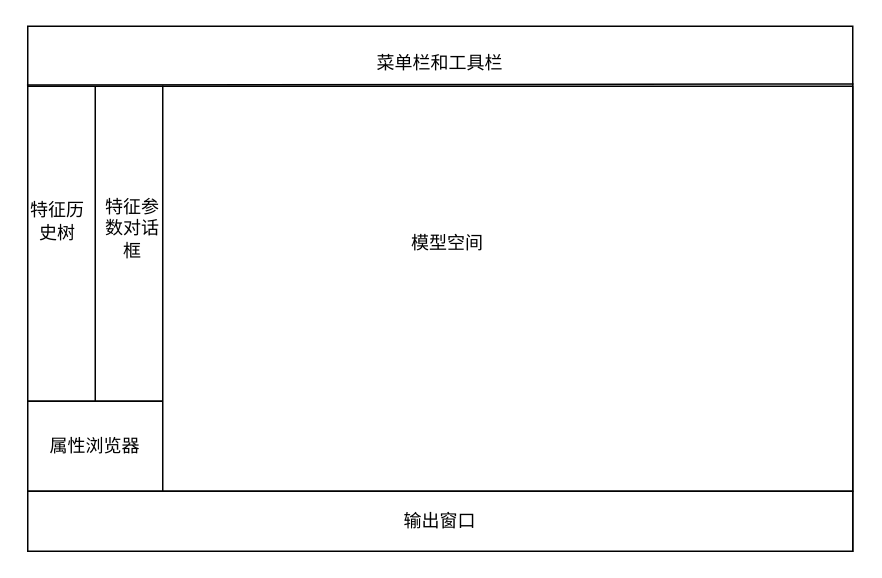
Earlier version of the draw.io diagram 系统界面设计.drawio (liuhuliuhu123/First-test). Source tidied: cells renumbered, new cells numbered last; positions are measured from the earlier drawing's top-left corner, leaving out a move shared by most shapes. Both pictures are drawn from the tidied source at 150%, with x=0, y=0 at pixel (27, 26).
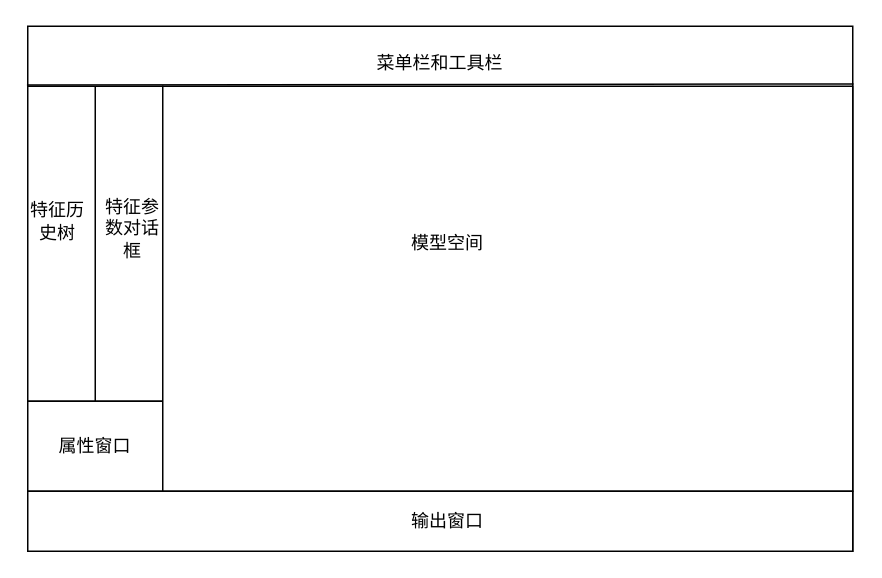
Above is the later version.

Commit message:
更新系统界面设计.drawio

What changed in the source:
```diff
@@
 <mxGraphModel>
   <root>
     <mxCell id="0" />
     <mxCell id="1" parent="0" />
     <mxCell id="2" style="rounded=0;whiteSpace=wrap;html=1;" parent="1" vertex="1">
       <mxGeometry width="550" height="350" as="geometry" />
     </mxCell>
     <mxCell id="3" style="endArrow=none;html=1;rounded=0;exitX=-0.001;exitY=0.112;exitDx=0;exitDy=0;exitPerimeter=0;entryX=1.001;entryY=0.11;entryDx=0;entryDy=0;entryPerimeter=0;" parent="1" edge="1" source="2" target="2">
       <mxGeometry relative="1" as="geometry" />
     </mxCell>
     <mxCell id="4" value="菜单栏和工具栏" style="text;html=1;strokeColor=none;fillColor=none;align=center;verticalAlign=middle;whiteSpace=wrap;rounded=0;" parent="1" vertex="1">
       <mxGeometry x="205" y="10" width="140" height="30" as="geometry" />
     </mxCell>
     <mxCell id="5" style="rounded=0;whiteSpace=wrap;html=1;" parent="1" vertex="1">
       <mxGeometry y="40" width="90" height="210" as="geometry" />
     </mxCell>
     <mxCell id="6" style="endArrow=none;html=1;rounded=0;exitX=0.5;exitY=1;exitDx=0;exitDy=0;entryX=0.5;entryY=0;entryDx=0;entryDy=0;" parent="1" edge="1" source="5" target="5">
       <mxGeometry relative="1" as="geometry" />
     </mxCell>
     <mxCell id="7" value="特征历史树" style="text;html=1;strokeColor=none;fillColor=none;align=center;verticalAlign=middle;whiteSpace=wrap;rounded=0;" parent="1" vertex="1">
       <mxGeometry y="80" width="40" height="100" as="geometry" />
     </mxCell>
     <mxCell id="8" value="特征参数对话框" style="text;html=1;strokeColor=none;fillColor=none;align=center;verticalAlign=middle;whiteSpace=wrap;rounded=0;" parent="1" vertex="1">
       <mxGeometry x="50" y="90" width="40" height="90" as="geometry" />
     </mxCell>
     <mxCell id="9" style="rounded=0;whiteSpace=wrap;html=1;" parent="1" vertex="1">
       <mxGeometry y="250" width="90" height="60" as="geometry" />
     </mxCell>
-    <mxCell id="10" value="属性浏览器" style="text;html=1;strokeColor=none;fillColor=none;align=center;verticalAlign=middle;whiteSpace=wrap;rounded=0;" parent="1" vertex="1">
+    <mxCell id="10" value="属性窗口" style="text;html=1;strokeColor=none;fillColor=none;align=center;verticalAlign=middle;whiteSpace=wrap;rounded=0;" parent="1" vertex="1">
       <mxGeometry x="10" y="265" width="70" height="30" as="geometry" />
     </mxCell>
     <mxCell id="11" style="rounded=0;whiteSpace=wrap;html=1;" parent="1" vertex="1">
       <mxGeometry x="90" y="40" width="460" height="270" as="geometry" />
     </mxCell>
     <mxCell id="12" value="模型空间" style="text;html=1;strokeColor=none;fillColor=none;align=center;verticalAlign=middle;whiteSpace=wrap;rounded=0;" parent="1" vertex="1">
       <mxGeometry x="250" y="130" width="60" height="30" as="geometry" />
     </mxCell>
     <mxCell id="13" style="rounded=0;whiteSpace=wrap;html=1;" parent="1" vertex="1">
       <mxGeometry y="310" width="550" height="40" as="geometry" />
     </mxCell>
     <mxCell id="14" value="输出窗口" style="text;html=1;strokeColor=none;fillColor=none;align=center;verticalAlign=middle;whiteSpace=wrap;rounded=0;" parent="1" vertex="1">
-      <mxGeometry x="245" y="315" width="60" height="30" as="geometry" />
+      <mxGeometry x="250" y="315" width="60" height="30" as="geometry" />
     </mxCell>
   </root>
 </mxGraphModel>
```
